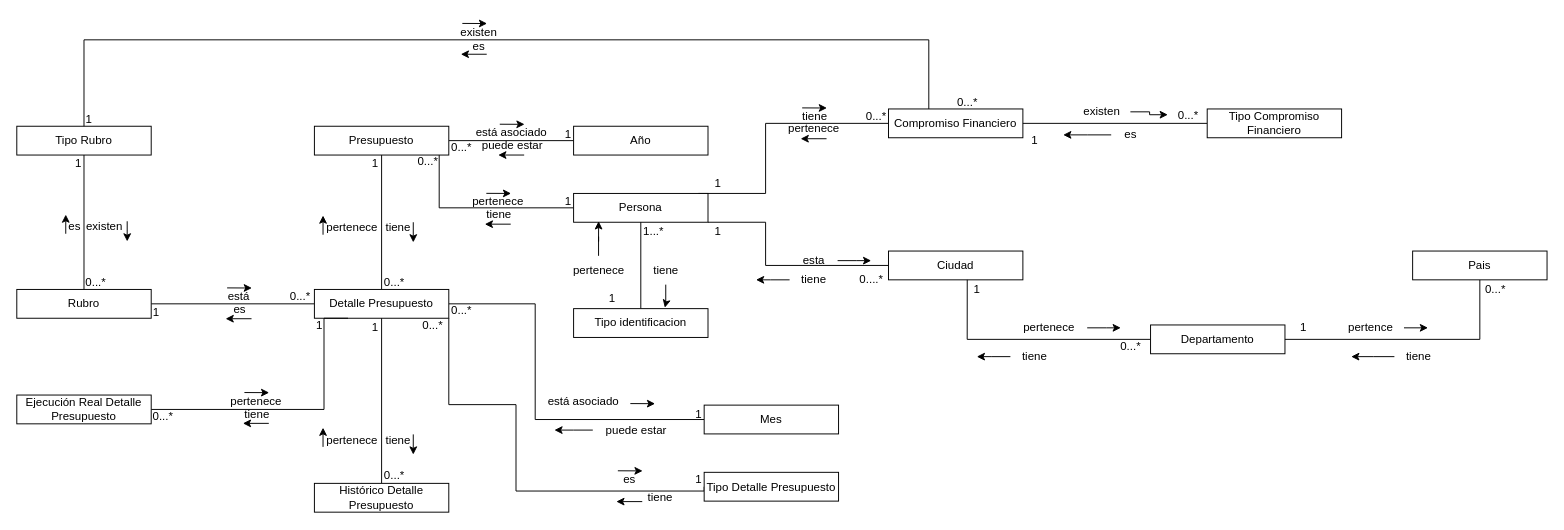
This is Clase/Hecho por el profe/DDD_ModeladoAnémico.drawio from DOOPan2022/Presupuesto, a draw.io file, before an edit. Source tidied: cells renumbered, new cells numbered last; positions are measured from the earlier drawing's top-left corner, leaving out a move shared by most shapes. Both pictures are drawn from the tidied source at 96%, with x=0, y=0 at pixel (16, 17).
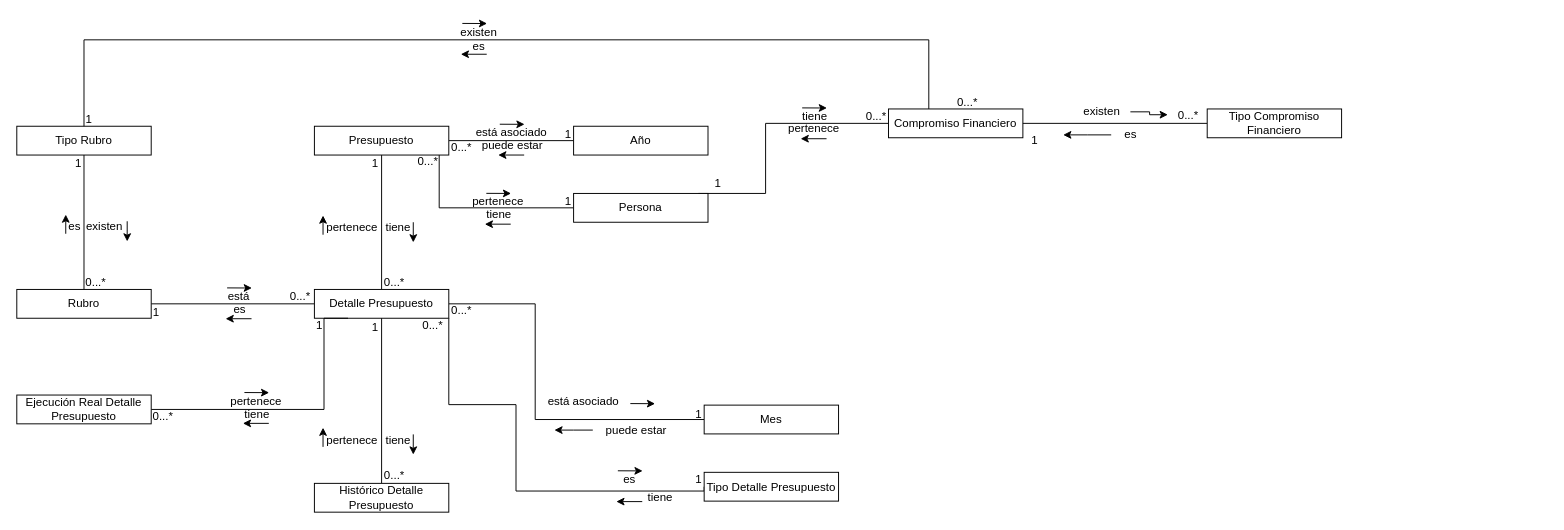
The same page after the edit.

The change refers to these unchanged cells:
```xml
<mxCell id="21" value="Persona" style="rounded=0;whiteSpace=wrap;html=1;" parent="1" vertex="1">
  <mxGeometry x="580" y="183" width="140" height="30" as="geometry" />
</mxCell>
```

The edit, as a diff of the source:
```diff
@@
-    <mxCell id="89" style="edgeStyle=orthogonalEdgeStyle;rounded=0;jettySize=auto;html=1;entryX=1;entryY=1;entryDx=0;entryDy=0;endArrow=none;endFill=0;" parent="1" edge="1" source="90" target="21">
-      <mxGeometry relative="1" as="geometry">
-        <Array as="points">
-          <mxPoint x="780" y="258" />
-          <mxPoint x="780" y="213" />
-        </Array>
-      </mxGeometry>
-    </mxCell>
-    <mxCell id="90" value="Ciudad" style="rounded=0;whiteSpace=wrap;html=1;" parent="1" vertex="1">
-      <mxGeometry x="908" y="243" width="140" height="30" as="geometry" />
-    </mxCell>
-    <mxCell id="91" style="edgeStyle=orthogonalEdgeStyle;rounded=0;jettySize=auto;html=1;entryX=0.586;entryY=1;entryDx=0;entryDy=0;entryPerimeter=0;endArrow=none;endFill=0;" parent="1" edge="1" source="92" target="90">
-      <mxGeometry relative="1" as="geometry" />
-    </mxCell>
-    <mxCell id="92" value="Departamento" style="rounded=0;whiteSpace=wrap;html=1;" parent="1" vertex="1">
-      <mxGeometry x="1181" y="320" width="140" height="30" as="geometry" />
-    </mxCell>
-    <mxCell id="93" style="edgeStyle=orthogonalEdgeStyle;rounded=0;jettySize=auto;html=1;endArrow=none;endFill=0;" parent="1" edge="1" source="94" target="92">
-      <mxGeometry relative="1" as="geometry">
-        <Array as="points">
-          <mxPoint x="1524" y="335" />
-        </Array>
-      </mxGeometry>
-    </mxCell>
-    <mxCell id="94" value="Pais" style="rounded=0;whiteSpace=wrap;html=1;" parent="1" vertex="1">
-      <mxGeometry x="1454" y="243" width="140" height="30" as="geometry" />
-    </mxCell>
@@
-    <mxCell id="98" style="edgeStyle=orthogonalEdgeStyle;rounded=0;jettySize=auto;html=1;entryX=0.5;entryY=1;entryDx=0;entryDy=0;endArrow=none;endFill=0;" parent="1" edge="1" source="99" target="21">
-      <mxGeometry relative="1" as="geometry" />
-    </mxCell>
-    <mxCell id="99" value="Tipo identificacion" style="rounded=0;whiteSpace=wrap;html=1;" parent="1" vertex="1">
-      <mxGeometry x="580" y="303" width="140" height="30" as="geometry" />
-    </mxCell>
-    <mxCell id="100" value="1...*" style="text;html=1;align=center;verticalAlign=middle;strokeColor=none;fillColor=none;" parent="1" vertex="1">
-      <mxGeometry x="643" y="208" width="40" height="30" as="geometry" />
-    </mxCell>
-    <mxCell id="101" value="1" style="text;html=1;align=center;verticalAlign=middle;strokeColor=none;fillColor=none;" parent="1" vertex="1">
-      <mxGeometry x="605" y="278" width="30" height="30" as="geometry" />
-    </mxCell>
-    <mxCell id="102" style="edgeStyle=orthogonalEdgeStyle;rounded=0;jettySize=auto;html=1;entryX=0.679;entryY=-0.033;entryDx=0;entryDy=0;entryPerimeter=0;" parent="1" edge="1" source="103" target="99">
-      <mxGeometry relative="1" as="geometry" />
-    </mxCell>
-    <mxCell id="103" value="tiene" style="text;html=1;align=center;verticalAlign=middle;points=[];strokeColor=none;fillColor=none;" parent="1" vertex="1">
-      <mxGeometry x="651" y="248" width="50" height="30" as="geometry" />
-    </mxCell>
-    <mxCell id="104" style="edgeStyle=orthogonalEdgeStyle;rounded=0;jettySize=auto;html=1;entryX=0.186;entryY=0.967;entryDx=0;entryDy=0;entryPerimeter=0;" parent="1" edge="1" source="105" target="21">
-      <mxGeometry relative="1" as="geometry" />
-    </mxCell>
-    <mxCell id="105" value="pertenece" style="text;html=1;align=center;verticalAlign=middle;points=[];strokeColor=none;fillColor=none;" parent="1" vertex="1">
-      <mxGeometry x="566" y="248" width="80" height="30" as="geometry" />
-    </mxCell>
-    <mxCell id="106" style="edgeStyle=orthogonalEdgeStyle;rounded=0;jettySize=auto;html=1;" parent="1" edge="1" source="107">
-      <mxGeometry relative="1" as="geometry">
-        <mxPoint x="1150" y="323" as="targetPoint" />
-      </mxGeometry>
-    </mxCell>
-    <mxCell id="107" value="pertenece" style="text;html=1;align=center;verticalAlign=middle;points=[];strokeColor=none;fillColor=none;" parent="1" vertex="1">
-      <mxGeometry x="1035" y="308" width="80" height="30" as="geometry" />
-    </mxCell>
-    <mxCell id="108" style="edgeStyle=orthogonalEdgeStyle;rounded=0;jettySize=auto;html=1;" parent="1" edge="1" source="109">
-      <mxGeometry relative="1" as="geometry">
-        <mxPoint x="1470" y="323" as="targetPoint" />
-      </mxGeometry>
-    </mxCell>
-    <mxCell id="109" value="pertence" style="text;html=1;align=center;verticalAlign=middle;points=[];strokeColor=none;fillColor=none;" parent="1" vertex="1">
-      <mxGeometry x="1375" y="308" width="70" height="30" as="geometry" />
-    </mxCell>
-    <mxCell id="110" style="edgeStyle=orthogonalEdgeStyle;rounded=0;jettySize=auto;html=1;" parent="1" edge="1" source="111">
-      <mxGeometry relative="1" as="geometry">
-        <mxPoint x="890" y="253" as="targetPoint" />
-      </mxGeometry>
-    </mxCell>
-    <mxCell id="111" value="esta" style="text;html=1;align=center;verticalAlign=middle;points=[];strokeColor=none;fillColor=none;" parent="1" vertex="1">
-      <mxGeometry x="805" y="238" width="50" height="30" as="geometry" />
-    </mxCell>
-    <mxCell id="112" style="edgeStyle=orthogonalEdgeStyle;rounded=0;jettySize=auto;html=1;" parent="1" edge="1" source="113">
-      <mxGeometry relative="1" as="geometry">
-        <mxPoint x="770" y="273" as="targetPoint" />
-      </mxGeometry>
-    </mxCell>
-    <mxCell id="113" value="tiene" style="text;html=1;align=center;verticalAlign=middle;points=[];strokeColor=none;fillColor=none;" parent="1" vertex="1">
-      <mxGeometry x="805" y="258" width="50" height="30" as="geometry" />
-    </mxCell>
-    <mxCell id="114" style="edgeStyle=orthogonalEdgeStyle;rounded=0;jettySize=auto;html=1;" parent="1" edge="1" source="115">
-      <mxGeometry relative="1" as="geometry">
-        <mxPoint x="1000" y="353" as="targetPoint" />
-      </mxGeometry>
-    </mxCell>
-    <mxCell id="115" value="tiene" style="text;html=1;align=center;verticalAlign=middle;points=[];strokeColor=none;fillColor=none;" parent="1" vertex="1">
-      <mxGeometry x="1035" y="338" width="50" height="30" as="geometry" />
-    </mxCell>
-    <mxCell id="116" style="edgeStyle=orthogonalEdgeStyle;rounded=0;jettySize=auto;html=1;" parent="1" edge="1" source="117">
-      <mxGeometry relative="1" as="geometry">
-        <mxPoint x="1390" y="353" as="targetPoint" />
-      </mxGeometry>
-    </mxCell>
-    <mxCell id="117" value="tiene" style="text;html=1;align=center;verticalAlign=middle;points=[];strokeColor=none;fillColor=none;" parent="1" vertex="1">
-      <mxGeometry x="1435" y="338" width="50" height="30" as="geometry" />
-    </mxCell>
-    <mxCell id="118" value="1" style="text;html=1;align=center;verticalAlign=middle;strokeColor=none;fillColor=none;" parent="1" vertex="1">
-      <mxGeometry x="1325" y="308" width="30" height="30" as="geometry" />
-    </mxCell>
-    <mxCell id="119" value="0...*" style="text;html=1;align=center;verticalAlign=middle;strokeColor=none;fillColor=none;" parent="1" vertex="1">
-      <mxGeometry x="1520" y="268" width="40" height="30" as="geometry" />
-    </mxCell>
-    <mxCell id="120" value="0...*" style="text;html=1;align=center;verticalAlign=middle;strokeColor=none;fillColor=none;" parent="1" vertex="1">
-      <mxGeometry x="1140" y="328" width="40" height="30" as="geometry" />
-    </mxCell>
-    <mxCell id="121" value="1" style="text;html=1;align=center;verticalAlign=middle;strokeColor=none;fillColor=none;" parent="1" vertex="1">
-      <mxGeometry x="985" y="268" width="30" height="30" as="geometry" />
-    </mxCell>
-    <mxCell id="122" value="0....*" style="text;html=1;align=center;verticalAlign=middle;strokeColor=none;fillColor=none;" parent="1" vertex="1">
-      <mxGeometry x="865" y="258" width="50" height="30" as="geometry" />
-    </mxCell>
-    <mxCell id="123" value="1" style="text;html=1;align=center;verticalAlign=middle;strokeColor=none;fillColor=none;" parent="1" vertex="1">
-      <mxGeometry x="715" y="208" width="30" height="30" as="geometry" />
-    </mxCell>
```
